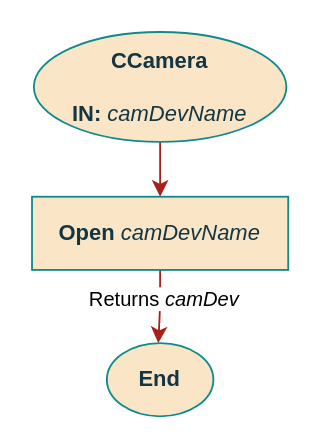
ESRGgroup9/slipad keeps this draw.io diagram as page "Constructor" (2 of 3) of documentation/flowcharts/02Classes/CCamera.drawio. Above is the earlier version. Source tidied: cells renumbered, new cells numbered last; positions are measured from the earlier drawing's top-left corner, leaving out a move shared by most shapes. Both pictures are drawn from the tidied source at 183%, with x=0, y=0 at pixel (31, 31).
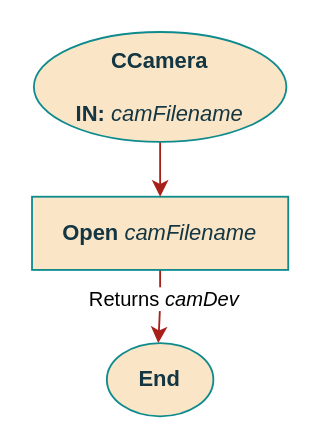
Above is the later version.

The edit, as a diff of the source:
```diff
@@
 <mxGraphModel>
   <root>
     <mxCell id="0" />
     <mxCell id="1" parent="0" />
     <mxCell id="2" style="edgeStyle=orthogonalEdgeStyle;rounded=1;jettySize=auto;html=1;fontFamily=Helvetica;strokeColor=#A8201A;" parent="1" edge="1" source="4">
       <mxGeometry relative="1" as="geometry">
         <mxPoint x="69" y="170" as="targetPoint" />
       </mxGeometry>
     </mxCell>
     <mxCell id="3" value="Returns &lt;i&gt;camDev&lt;/i&gt;" style="edgeLabel;html=1;align=center;verticalAlign=middle;fontFamily=Helvetica;" parent="2" vertex="1">
       <mxGeometry x="-0.25" y="1" relative="1" as="geometry" />
     </mxCell>
-    <mxCell id="4" value="&lt;b&gt;Open &lt;/b&gt;&lt;i&gt;camDevName&lt;/i&gt;&lt;br&gt;&lt;b&gt;&lt;/b&gt;" style="rounded=0;whiteSpace=wrap;html=1;sketch=0;fontColor=#143642;strokeColor=#0F8B8D;fillColor=#FAE5C7;fontFamily=Helvetica;" parent="1" vertex="1">
+    <mxCell id="4" value="&lt;b&gt;Open &lt;/b&gt;&lt;i&gt;camFilename&lt;/i&gt;" style="rounded=0;whiteSpace=wrap;html=1;sketch=0;fontColor=#143642;strokeColor=#0F8B8D;fillColor=#FAE5C7;fontFamily=Helvetica;" parent="1" vertex="1">
       <mxGeometry y="90" width="140" height="40" as="geometry" />
     </mxCell>
     <mxCell id="5" style="edgeStyle=orthogonalEdgeStyle;curved=0;rounded=1;sketch=0;jettySize=auto;html=1;exitX=0.5;exitY=1;exitDx=0;exitDy=0;entryX=0.5;entryY=0;entryDx=0;entryDy=0;fontColor=#143642;strokeColor=#A8201A;fillColor=#FAE5C7;" parent="1" edge="1" source="6">
       <mxGeometry relative="1" as="geometry">
         <mxPoint x="70" y="90" as="targetPoint" />
       </mxGeometry>
     </mxCell>
-    <mxCell id="6" value="&lt;div&gt;CCamera&lt;/div&gt;&lt;div&gt;&lt;br&gt;&lt;/div&gt;&lt;div&gt;IN: &lt;i&gt;&lt;span style=&quot;font-weight: normal&quot;&gt;camDevName&lt;/span&gt;&lt;/i&gt;&lt;br&gt;&lt;/div&gt;" style="ellipse;whiteSpace=wrap;html=1;fillColor=#FAE5C7;strokeColor=#0F8B8D;fontColor=#143642;fontStyle=1;" parent="1" vertex="1">
+    <mxCell id="6" value="&lt;div&gt;CCamera&lt;/div&gt;&lt;div&gt;&lt;br&gt;&lt;/div&gt;&lt;div&gt;IN: &lt;i&gt;&lt;span style=&quot;font-weight: normal&quot;&gt;camFilename&lt;/span&gt;&lt;/i&gt;&lt;br&gt;&lt;/div&gt;" style="ellipse;whiteSpace=wrap;html=1;fillColor=#FAE5C7;strokeColor=#0F8B8D;fontColor=#143642;fontStyle=1;" parent="1" vertex="1">
       <mxGeometry x="1" width="138" height="60" as="geometry" />
     </mxCell>
     <mxCell id="7" value="End" style="ellipse;whiteSpace=wrap;html=1;fillColor=#FAE5C7;strokeColor=#0F8B8D;fontColor=#143642;fontStyle=1;" parent="1" vertex="1">
       <mxGeometry x="40.9" y="170" width="58.2" height="40" as="geometry" />
     </mxCell>
   </root>
 </mxGraphModel>
```
